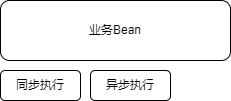
Earlier version of the draw.io export img/4.13.drawio.png (5ycrow/drawio). Source tidied: cells renumbered, new cells last; positions are measured from the earlier drawing's top-left corner, leaving out a move shared by most shapes.
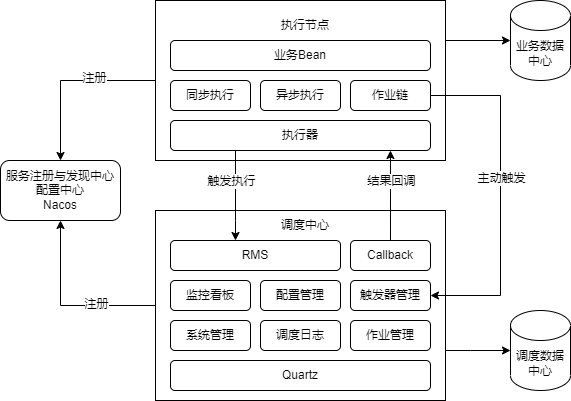
Above is the later version.

The edit, as a diff of the source:
```diff
@@ -2,14 +2,130 @@
   <root>
     <mxCell id="0" />
     <mxCell id="1" parent="0" />
+    <mxCell id="5" style="group;" parent="1" vertex="1">
+      <mxGeometry x="-15" y="-10" width="290" height="160" as="geometry" />
+    </mxCell>
+    <mxCell id="6" style="rounded=0;whiteSpace=wrap;html=1;" parent="5" vertex="1">
+      <mxGeometry width="290" height="160" as="geometry" />
+    </mxCell>
-    <mxCell id="2" value="业务Bean" style="rounded=1;whiteSpace=wrap;html=1;" parent="1" vertex="1">
-      <mxGeometry width="230" height="60" as="geometry" />
+    <mxCell id="2" value="业务Bean" style="rounded=1;whiteSpace=wrap;html=1;" parent="5" vertex="1">
+      <mxGeometry x="15" y="40" width="260" height="30" as="geometry" />
     </mxCell>
-    <mxCell id="3" value="同步执行" style="rounded=1;whiteSpace=wrap;html=1;" parent="1" vertex="1">
-      <mxGeometry y="70" width="80" height="30" as="geometry" />
+    <mxCell id="3" value="同步执行" style="rounded=1;whiteSpace=wrap;html=1;" parent="5" vertex="1">
+      <mxGeometry x="15" y="80" width="80" height="30" as="geometry" />
     </mxCell>
-    <mxCell id="4" value="异步执行" style="rounded=1;whiteSpace=wrap;html=1;" parent="1" vertex="1">
-      <mxGeometry x="90" y="70" width="80" height="30" as="geometry" />
+    <mxCell id="4" value="异步执行" style="rounded=1;whiteSpace=wrap;html=1;" parent="5" vertex="1">
+      <mxGeometry x="105" y="80" width="80" height="30" as="geometry" />
     </mxCell>
+    <mxCell id="7" value="作业链" style="rounded=1;whiteSpace=wrap;html=1;" parent="5" vertex="1">
+      <mxGeometry x="195" y="80" width="80" height="30" as="geometry" />
+    </mxCell>
+    <mxCell id="8" value="执行器" style="rounded=1;whiteSpace=wrap;html=1;" parent="5" vertex="1">
+      <mxGeometry x="15" y="120" width="260" height="30" as="geometry" />
+    </mxCell>
+    <mxCell id="9" value="执行节点" style="text;html=1;strokeColor=none;fillColor=none;align=center;verticalAlign=middle;whiteSpace=wrap;rounded=0;" parent="5" vertex="1">
+      <mxGeometry x="120" y="10" width="60" height="30" as="geometry" />
+    </mxCell>
+    <mxCell id="10" style="group;" parent="1" vertex="1">
+      <mxGeometry x="-15" y="190" width="290" height="200" as="geometry" />
+    </mxCell>
+    <mxCell id="11" style="rounded=0;whiteSpace=wrap;html=1;" parent="10" vertex="1">
+      <mxGeometry y="10" width="290" height="190" as="geometry" />
+    </mxCell>
+    <mxCell id="12" value="RMS" style="rounded=1;whiteSpace=wrap;html=1;" parent="10" vertex="1">
+      <mxGeometry x="15" y="40" width="170" height="30" as="geometry" />
+    </mxCell>
+    <mxCell id="13" value="Callback" style="rounded=1;whiteSpace=wrap;html=1;" parent="10" vertex="1">
+      <mxGeometry x="195" y="40" width="80" height="30" as="geometry" />
+    </mxCell>
+    <mxCell id="14" value="监控看板" style="rounded=1;whiteSpace=wrap;html=1;" parent="10" vertex="1">
+      <mxGeometry x="15" y="80" width="80" height="30" as="geometry" />
+    </mxCell>
+    <mxCell id="15" value="配置管理" style="rounded=1;whiteSpace=wrap;html=1;" parent="10" vertex="1">
+      <mxGeometry x="105" y="80" width="80" height="30" as="geometry" />
+    </mxCell>
+    <mxCell id="16" value="触发器管理" style="rounded=1;whiteSpace=wrap;html=1;" parent="10" vertex="1">
+      <mxGeometry x="195" y="80" width="80" height="30" as="geometry" />
+    </mxCell>
+    <mxCell id="17" value="作业管理" style="rounded=1;whiteSpace=wrap;html=1;" parent="10" vertex="1">
+      <mxGeometry x="195" y="120" width="80" height="30" as="geometry" />
+    </mxCell>
+    <mxCell id="18" value="系统管理" style="rounded=1;whiteSpace=wrap;html=1;" parent="10" vertex="1">
+      <mxGeometry x="15" y="120" width="80" height="30" as="geometry" />
+    </mxCell>
+    <mxCell id="19" value="调度日志" style="rounded=1;whiteSpace=wrap;html=1;" parent="10" vertex="1">
+      <mxGeometry x="105" y="120" width="80" height="30" as="geometry" />
+    </mxCell>
+    <mxCell id="20" value="Quartz" style="rounded=1;whiteSpace=wrap;html=1;" parent="10" vertex="1">
+      <mxGeometry x="15" y="160" width="260" height="30" as="geometry" />
+    </mxCell>
+    <mxCell id="21" style="group;" parent="10" vertex="1">
+      <mxGeometry width="290" height="160" as="geometry" />
+    </mxCell>
+    <mxCell id="22" value="调度中心" style="text;html=1;strokeColor=none;fillColor=none;align=center;verticalAlign=middle;whiteSpace=wrap;rounded=0;" parent="21" vertex="1">
+      <mxGeometry x="120" y="10" width="60" height="30" as="geometry" />
+    </mxCell>
+    <mxCell id="23" style="edgeStyle=orthogonalEdgeStyle;rounded=0;jettySize=auto;html=1;exitX=0.25;exitY=1;exitDx=0;exitDy=0;" parent="1" edge="1" source="8" target="12">
+      <mxGeometry relative="1" as="geometry">
+        <Array as="points">
+          <mxPoint x="65" y="210" />
+          <mxPoint x="65" y="210" />
+        </Array>
+      </mxGeometry>
+    </mxCell>
+    <mxCell id="24" value="触发执行" style="edgeLabel;html=1;align=center;verticalAlign=middle;" parent="23" vertex="1">
+      <mxGeometry x="-0.26" y="1" relative="1" as="geometry">
+        <mxPoint x="-6" y="-3" as="offset" />
+      </mxGeometry>
+    </mxCell>
+    <mxCell id="25" style="edgeStyle=orthogonalEdgeStyle;rounded=0;jettySize=auto;html=1;exitX=0.5;exitY=0;exitDx=0;exitDy=0;entryX=0.846;entryY=1;entryDx=0;entryDy=0;entryPerimeter=0;" parent="1" edge="1" source="13" target="8">
+      <mxGeometry relative="1" as="geometry" />
+    </mxCell>
+    <mxCell id="26" value="结果回调" style="edgeLabel;html=1;align=center;verticalAlign=middle;" parent="1" vertex="1">
+      <mxGeometry x="220" y="170" as="geometry" />
+    </mxCell>
+    <mxCell id="27" style="edgeStyle=orthogonalEdgeStyle;rounded=0;jettySize=auto;html=1;exitX=1;exitY=0.5;exitDx=0;exitDy=0;entryX=1;entryY=0.5;entryDx=0;entryDy=0;" parent="1" edge="1" source="7" target="16">
+      <mxGeometry relative="1" as="geometry">
+        <Array as="points">
+          <mxPoint x="330" y="85" />
+          <mxPoint x="330" y="285" />
+        </Array>
+      </mxGeometry>
+    </mxCell>
+    <mxCell id="28" value="主动触发" style="edgeLabel;html=1;align=center;verticalAlign=middle;" parent="27" vertex="1">
+      <mxGeometry x="-0.1" relative="1" as="geometry" />
+    </mxCell>
+    <mxCell id="29" value="业务数据中心" style="shape=cylinder3;whiteSpace=wrap;html=1;boundedLbl=1;backgroundOutline=1;size=15;" parent="1" vertex="1">
+      <mxGeometry x="340" y="-10" width="60" height="80" as="geometry" />
+    </mxCell>
+    <mxCell id="30" style="edgeStyle=orthogonalEdgeStyle;rounded=0;jettySize=auto;html=1;exitX=1;exitY=0.25;exitDx=0;exitDy=0;entryX=0;entryY=0.5;entryDx=0;entryDy=0;entryPerimeter=0;" parent="1" edge="1" source="6" target="29">
+      <mxGeometry relative="1" as="geometry" />
+    </mxCell>
+    <mxCell id="31" value="调度数据中心" style="shape=cylinder3;whiteSpace=wrap;html=1;boundedLbl=1;backgroundOutline=1;size=15;" parent="1" vertex="1">
+      <mxGeometry x="340" y="300" width="60" height="80" as="geometry" />
+    </mxCell>
+    <mxCell id="32" style="edgeStyle=orthogonalEdgeStyle;rounded=0;jettySize=auto;html=1;entryX=0;entryY=0.5;entryDx=0;entryDy=0;entryPerimeter=0;" parent="1" edge="1" source="11" target="31">
+      <mxGeometry relative="1" as="geometry">
+        <Array as="points">
+          <mxPoint x="300" y="340" />
+          <mxPoint x="300" y="340" />
+        </Array>
+      </mxGeometry>
+    </mxCell>
+    <mxCell id="33" value="服务注册与发现中心&lt;br&gt;配置中心&lt;br&gt;Nacos" style="rounded=1;whiteSpace=wrap;html=1;" parent="1" vertex="1">
+      <mxGeometry x="-170" y="150" width="120" height="60" as="geometry" />
+    </mxCell>
+    <mxCell id="34" style="edgeStyle=orthogonalEdgeStyle;rounded=0;jettySize=auto;html=1;entryX=0.5;entryY=0;entryDx=0;entryDy=0;" parent="1" edge="1" source="6" target="33">
+      <mxGeometry relative="1" as="geometry" />
+    </mxCell>
+    <mxCell id="35" value="注册" style="edgeLabel;html=1;align=center;verticalAlign=middle;" parent="34" vertex="1">
+      <mxGeometry x="-0.29" y="-3" relative="1" as="geometry" />
+    </mxCell>
+    <mxCell id="36" style="edgeStyle=orthogonalEdgeStyle;rounded=0;jettySize=auto;html=1;entryX=0.5;entryY=1;entryDx=0;entryDy=0;" parent="1" edge="1" source="11" target="33">
+      <mxGeometry relative="1" as="geometry" />
+    </mxCell>
+    <mxCell id="37" value="注册" style="edgeLabel;html=1;align=center;verticalAlign=middle;" parent="36" vertex="1">
+      <mxGeometry x="-0.34" y="-2" relative="1" as="geometry" />
+    </mxCell>
   </root>
 </mxGraphModel>
```
